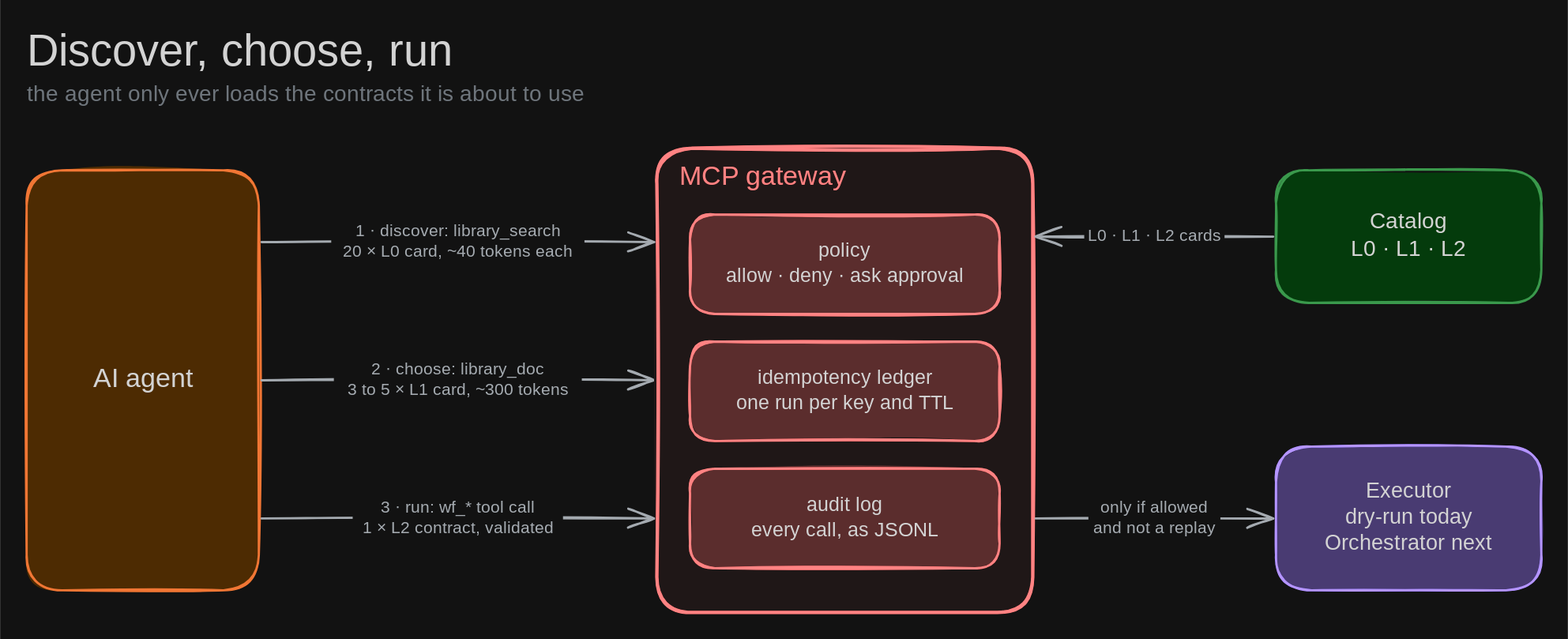
afernandeztem/FlowGlyph keeps this Excalidraw diagram as docs/assets/token-flow-dark.svg. Above is the earlier version. Source tidied: one line per element, renumbered; positions are measured from the earlier drawing's top-left corner, leaving out a move shared by most shapes. The source it was exported from:
```json
{"id": 0, "type": "text", "text": "Discover, choose, run", "strokeColor": "#1e1e1e", "strokeWidth": 2, "roughness": 1, "fontSize": 40, "fontFamily": 5, "x": 0, "y": 0, "width": 409, "height": 50}
{"id": 1, "type": "text", "text": "the agent only ever loads the contracts it is about to use", "strokeColor": "#868e96", "strokeWidth": 2, "roughness": 1, "fontSize": 20, "fontFamily": 5, "x": 0, "y": 50, "width": 577, "height": 25}
{"id": 2, "type": "rectangle", "strokeColor": "#e8590c", "backgroundColor": "#ffd8a8", "fillStyle": "solid", "strokeWidth": 2, "roughness": 1, "round": true, "x": 0, "y": 130, "width": 210, "height": 380}
{"id": 3, "type": "arrow", "strokeColor": "#495057", "strokeWidth": 2, "roughness": 1, "endArrowhead": "arrow", "x": 212, "y": 195, "width": 355, "height": 0, "points": [[0, 0], [355, 0]]}
{"id": 4, "type": "arrow", "strokeColor": "#495057", "strokeWidth": 2, "roughness": 1, "endArrowhead": "arrow", "x": 212, "y": 320, "width": 355, "height": 0, "points": [[0, 0], [355, 0]]}
{"id": 5, "type": "arrow", "strokeColor": "#495057", "strokeWidth": 2, "roughness": 1, "endArrowhead": "arrow", "x": 212, "y": 445, "width": 355, "height": 0, "points": [[0, 0], [355, 0]]}
{"id": 6, "type": "rectangle", "strokeColor": "#e03131", "backgroundColor": "#fff5f5", "fillStyle": "solid", "strokeWidth": 3, "roughness": 1, "round": true, "x": 570, "y": 110, "width": 340, "height": 420}
{"id": 7, "type": "text", "text": "MCP gateway", "strokeColor": "#e03131", "strokeWidth": 2, "roughness": 1, "fontSize": 24, "fontFamily": 5, "x": 590, "y": 122, "width": 156, "height": 30}
{"id": 8, "type": "rectangle", "strokeColor": "#e03131", "backgroundColor": "#ffc9c9", "fillStyle": "solid", "strokeWidth": 2, "roughness": 1, "round": true, "x": 600, "y": 170, "width": 280, "height": 90}
{"id": 9, "type": "rectangle", "strokeColor": "#e03131", "backgroundColor": "#ffc9c9", "fillStyle": "solid", "strokeWidth": 2, "roughness": 1, "round": true, "x": 600, "y": 285, "width": 280, "height": 90}
{"id": 10, "type": "rectangle", "strokeColor": "#e03131", "backgroundColor": "#ffc9c9", "fillStyle": "solid", "strokeWidth": 2, "roughness": 1, "round": true, "x": 600, "y": 400, "width": 280, "height": 90}
{"id": 11, "type": "rectangle", "strokeColor": "#2f9e44", "backgroundColor": "#b2f2bb", "fillStyle": "solid", "strokeWidth": 2, "roughness": 1, "round": true, "x": 1130, "y": 130, "width": 240, "height": 120}
{"id": 12, "type": "rectangle", "strokeColor": "#6741d9", "backgroundColor": "#d0bfff", "fillStyle": "solid", "strokeWidth": 2, "roughness": 1, "round": true, "x": 1130, "y": 380, "width": 240, "height": 130}
{"id": 13, "type": "arrow", "strokeColor": "#495057", "strokeWidth": 2, "roughness": 1, "endArrowhead": "arrow", "x": 1128, "y": 190, "width": 215, "height": 0, "points": [[0, 0], [-215, 0]]}
{"id": 14, "type": "arrow", "strokeColor": "#495057", "strokeWidth": 2, "roughness": 1, "endArrowhead": "arrow", "x": 912, "y": 445, "width": 215, "height": 0, "points": [[0, 0], [215, 0]]}
{"id": 15, "type": "text", "text": "AI agent", "strokeColor": "#1e1e1e", "strokeWidth": 2, "roughness": 1, "fontSize": 24, "fontFamily": 5, "textAlign": "center", "verticalAlign": "middle", "inside": 2, "x": 53, "y": 305, "width": 105, "height": 30}
{"id": 16, "type": "text", "text": "1 · discover: library_search\n20 × L0 card, ~40 tokens each", "strokeColor": "#495057", "strokeWidth": 2, "roughness": 1, "fontSize": 15, "fontFamily": 5, "textAlign": "center", "verticalAlign": "middle", "inside": 3, "x": 275, "y": 176, "width": 229, "height": 38}
{"id": 17, "type": "text", "text": "2 · choose: library_doc\n3 to 5 × L1 card, ~300 tokens", "strokeColor": "#495057", "strokeWidth": 2, "roughness": 1, "fontSize": 15, "fontFamily": 5, "textAlign": "center", "verticalAlign": "middle", "inside": 4, "x": 278, "y": 301, "width": 224, "height": 38}
{"id": 18, "type": "text", "text": "3 · run: wf_* tool call\n1 × L2 contract, validated", "strokeColor": "#495057", "strokeWidth": 2, "roughness": 1, "fontSize": 15, "fontFamily": 5, "textAlign": "center", "verticalAlign": "middle", "inside": 5, "x": 295, "y": 426, "width": 190, "height": 38}
{"id": 19, "type": "text", "text": "policy\nallow · deny · ask approval", "strokeColor": "#1e1e1e", "strokeWidth": 2, "roughness": 1, "fontSize": 18, "fontFamily": 5, "textAlign": "center", "verticalAlign": "middle", "inside": 8, "x": 627, "y": 192, "width": 225, "height": 45}
{"id": 20, "type": "text", "text": "idempotency ledger\none run per key and TTL", "strokeColor": "#1e1e1e", "strokeWidth": 2, "roughness": 1, "fontSize": 18, "fontFamily": 5, "textAlign": "center", "verticalAlign": "middle", "inside": 9, "x": 630, "y": 308, "width": 220, "height": 45}
{"id": 21, "type": "text", "text": "audit log\nevery call, as JSONL", "strokeColor": "#1e1e1e", "strokeWidth": 2, "roughness": 1, "fontSize": 18, "fontFamily": 5, "textAlign": "center", "verticalAlign": "middle", "inside": 10, "x": 652, "y": 422, "width": 176, "height": 45}
{"id": 22, "type": "text", "text": "Catalog\nL0 · L1 · L2", "strokeColor": "#1e1e1e", "strokeWidth": 2, "roughness": 1, "fontSize": 20, "fontFamily": 5, "textAlign": "center", "verticalAlign": "middle", "inside": 11, "x": 1196, "y": 165, "width": 108, "height": 50}
{"id": 23, "type": "text", "text": "Executor\ndry-run today\nOrchestrator next", "strokeColor": "#1e1e1e", "strokeWidth": 2, "roughness": 1, "fontSize": 19, "fontFamily": 5, "textAlign": "center", "verticalAlign": "middle", "inside": 12, "x": 1164, "y": 409, "width": 171, "height": 71}
{"id": 24, "type": "text", "text": "L0 · L1 · L2 cards", "strokeColor": "#495057", "strokeWidth": 2, "roughness": 1, "fontSize": 15, "fontFamily": 5, "textAlign": "center", "verticalAlign": "middle", "inside": 13, "x": 957, "y": 181, "width": 127, "height": 19}
{"id": 25, "type": "text", "text": "only if allowed\nand not a replay", "strokeColor": "#495057", "strokeWidth": 2, "roughness": 1, "fontSize": 15, "fontFamily": 5, "textAlign": "center", "verticalAlign": "middle", "inside": 14, "x": 960, "y": 426, "width": 119, "height": 38}
```
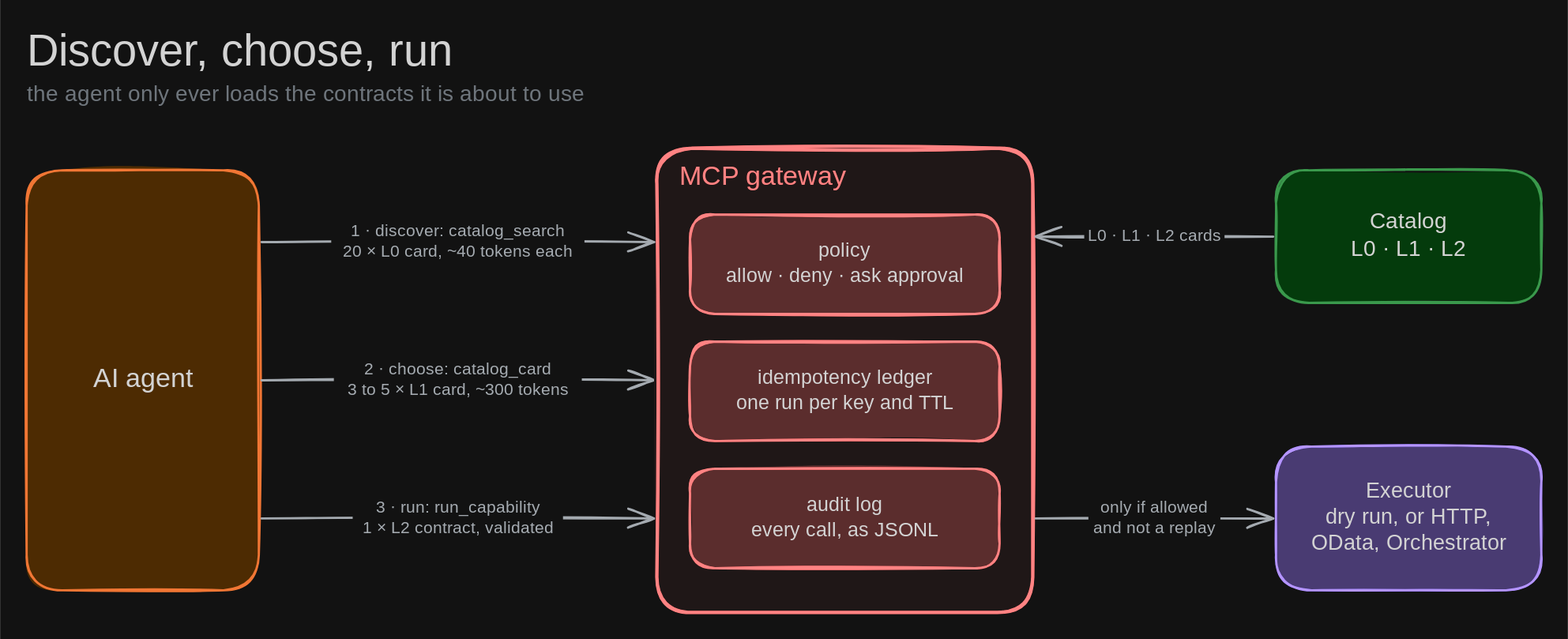
After the commit.

Change to the diagram source:
```diff
@@ -14,13 +14,13 @@
 {"id": 13, "type": "arrow", "strokeColor": "#495057", "strokeWidth": 2, "roughness": 1, "endArrowhead": "arrow", "x": 1128, "y": 190, "width": 215, "height": 0, "points": [[0, 0], [-215, 0]]}
 {"id": 14, "type": "arrow", "strokeColor": "#495057", "strokeWidth": 2, "roughness": 1, "endArrowhead": "arrow", "x": 912, "y": 445, "width": 215, "height": 0, "points": [[0, 0], [215, 0]]}
 {"id": 15, "type": "text", "text": "AI agent", "strokeColor": "#1e1e1e", "strokeWidth": 2, "roughness": 1, "fontSize": 24, "fontFamily": 5, "textAlign": "center", "verticalAlign": "middle", "inside": 2, "x": 53, "y": 305, "width": 105, "height": 30}
-{"id": 16, "type": "text", "text": "1 · discover: library_search\n20 × L0 card, ~40 tokens each", "strokeColor": "#495057", "strokeWidth": 2, "roughness": 1, "fontSize": 15, "fontFamily": 5, "textAlign": "center", "verticalAlign": "middle", "inside": 3, "x": 275, "y": 176, "width": 229, "height": 38}
+{"id": 16, "type": "text", "text": "1 · discover: catalog_search\n20 × L0 card, ~40 tokens each", "strokeColor": "#495057", "strokeWidth": 2, "roughness": 1, "fontSize": 15, "fontFamily": 5, "textAlign": "center", "verticalAlign": "middle", "inside": 3, "x": 275, "y": 176, "width": 229, "height": 38}
-{"id": 17, "type": "text", "text": "2 · choose: library_doc\n3 to 5 × L1 card, ~300 tokens", "strokeColor": "#495057", "strokeWidth": 2, "roughness": 1, "fontSize": 15, "fontFamily": 5, "textAlign": "center", "verticalAlign": "middle", "inside": 4, "x": 278, "y": 301, "width": 224, "height": 38}
+{"id": 17, "type": "text", "text": "2 · choose: catalog_card\n3 to 5 × L1 card, ~300 tokens", "strokeColor": "#495057", "strokeWidth": 2, "roughness": 1, "fontSize": 15, "fontFamily": 5, "textAlign": "center", "verticalAlign": "middle", "inside": 4, "x": 278, "y": 301, "width": 224, "height": 38}
-{"id": 18, "type": "text", "text": "3 · run: wf_* tool call\n1 × L2 contract, validated", "strokeColor": "#495057", "strokeWidth": 2, "roughness": 1, "fontSize": 15, "fontFamily": 5, "textAlign": "center", "verticalAlign": "middle", "inside": 5, "x": 295, "y": 426, "width": 190, "height": 38}
+{"id": 18, "type": "text", "text": "3 · run: run_capability\n1 × L2 contract, validated", "strokeColor": "#495057", "strokeWidth": 2, "roughness": 1, "fontSize": 15, "fontFamily": 5, "textAlign": "center", "verticalAlign": "middle", "inside": 5, "x": 295, "y": 426, "width": 190, "height": 38}
 {"id": 19, "type": "text", "text": "policy\nallow · deny · ask approval", "strokeColor": "#1e1e1e", "strokeWidth": 2, "roughness": 1, "fontSize": 18, "fontFamily": 5, "textAlign": "center", "verticalAlign": "middle", "inside": 8, "x": 627, "y": 192, "width": 225, "height": 45}
 {"id": 20, "type": "text", "text": "idempotency ledger\none run per key and TTL", "strokeColor": "#1e1e1e", "strokeWidth": 2, "roughness": 1, "fontSize": 18, "fontFamily": 5, "textAlign": "center", "verticalAlign": "middle", "inside": 9, "x": 630, "y": 308, "width": 220, "height": 45}
 {"id": 21, "type": "text", "text": "audit log\nevery call, as JSONL", "strokeColor": "#1e1e1e", "strokeWidth": 2, "roughness": 1, "fontSize": 18, "fontFamily": 5, "textAlign": "center", "verticalAlign": "middle", "inside": 10, "x": 652, "y": 422, "width": 176, "height": 45}
 {"id": 22, "type": "text", "text": "Catalog\nL0 · L1 · L2", "strokeColor": "#1e1e1e", "strokeWidth": 2, "roughness": 1, "fontSize": 20, "fontFamily": 5, "textAlign": "center", "verticalAlign": "middle", "inside": 11, "x": 1196, "y": 165, "width": 108, "height": 50}
-{"id": 23, "type": "text", "text": "Executor\ndry-run today\nOrchestrator next", "strokeColor": "#1e1e1e", "strokeWidth": 2, "roughness": 1, "fontSize": 19, "fontFamily": 5, "textAlign": "center", "verticalAlign": "middle", "inside": 12, "x": 1164, "y": 409, "width": 171, "height": 71}
+{"id": 23, "type": "text", "text": "Executor\ndry run, or HTTP,\nOData, Orchestrator", "strokeColor": "#1e1e1e", "strokeWidth": 2, "roughness": 1, "fontSize": 19, "fontFamily": 5, "textAlign": "center", "verticalAlign": "middle", "inside": 12, "x": 1164, "y": 409, "width": 171, "height": 71}
 {"id": 24, "type": "text", "text": "L0 · L1 · L2 cards", "strokeColor": "#495057", "strokeWidth": 2, "roughness": 1, "fontSize": 15, "fontFamily": 5, "textAlign": "center", "verticalAlign": "middle", "inside": 13, "x": 957, "y": 181, "width": 127, "height": 19}
 {"id": 25, "type": "text", "text": "only if allowed\nand not a replay", "strokeColor": "#495057", "strokeWidth": 2, "roughness": 1, "fontSize": 15, "fontFamily": 5, "textAlign": "center", "verticalAlign": "middle", "inside": 14, "x": 960, "y": 426, "width": 119, "height": 38}
```
